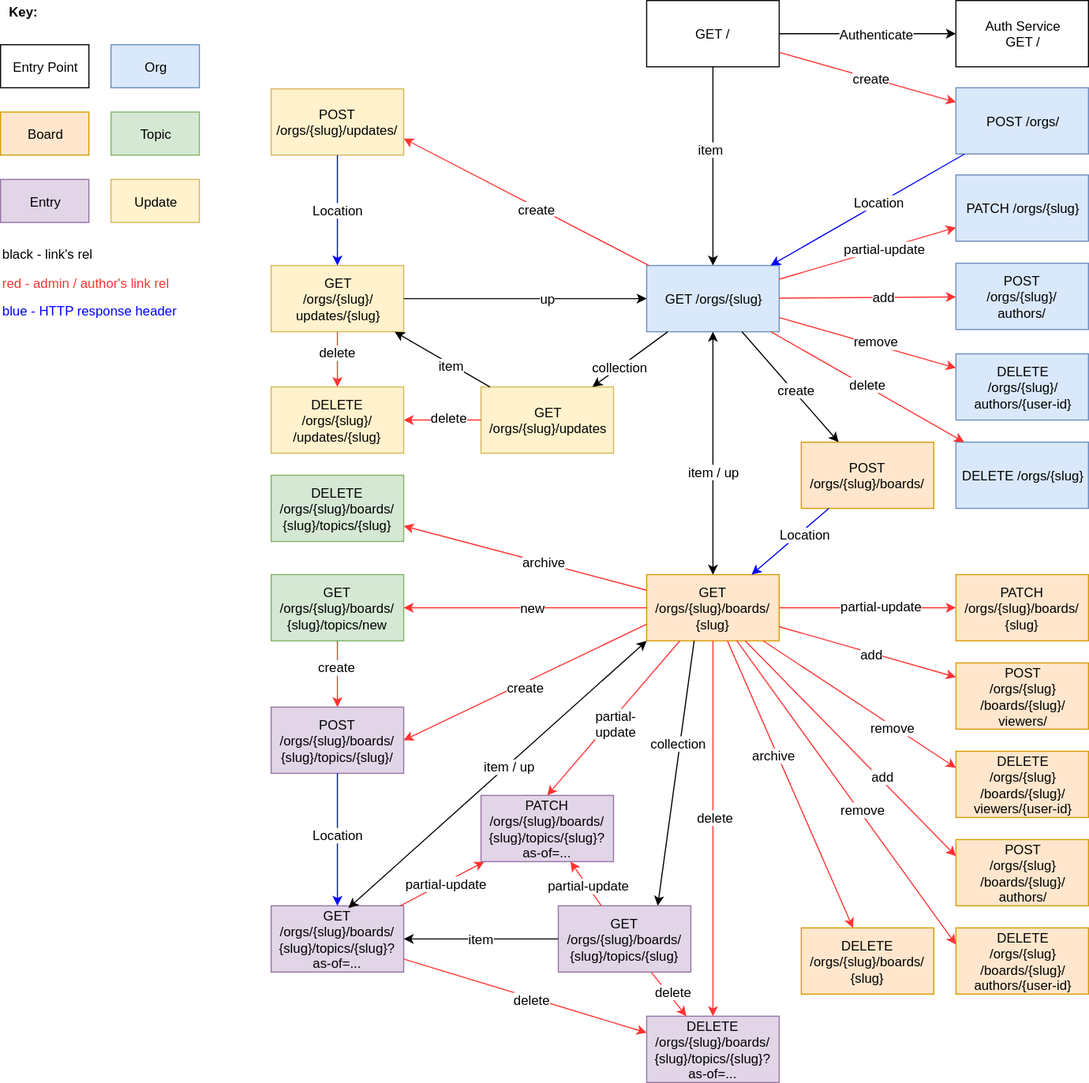
open-company/open-company-storage keeps this draw.io diagram as docs/OC-Storage-REST-API.svg. Above is the earlier version. Source tidied: cells renumbered, new cells last; positions are measured from the earlier drawing's top-left corner, leaving out a move shared by most shapes.
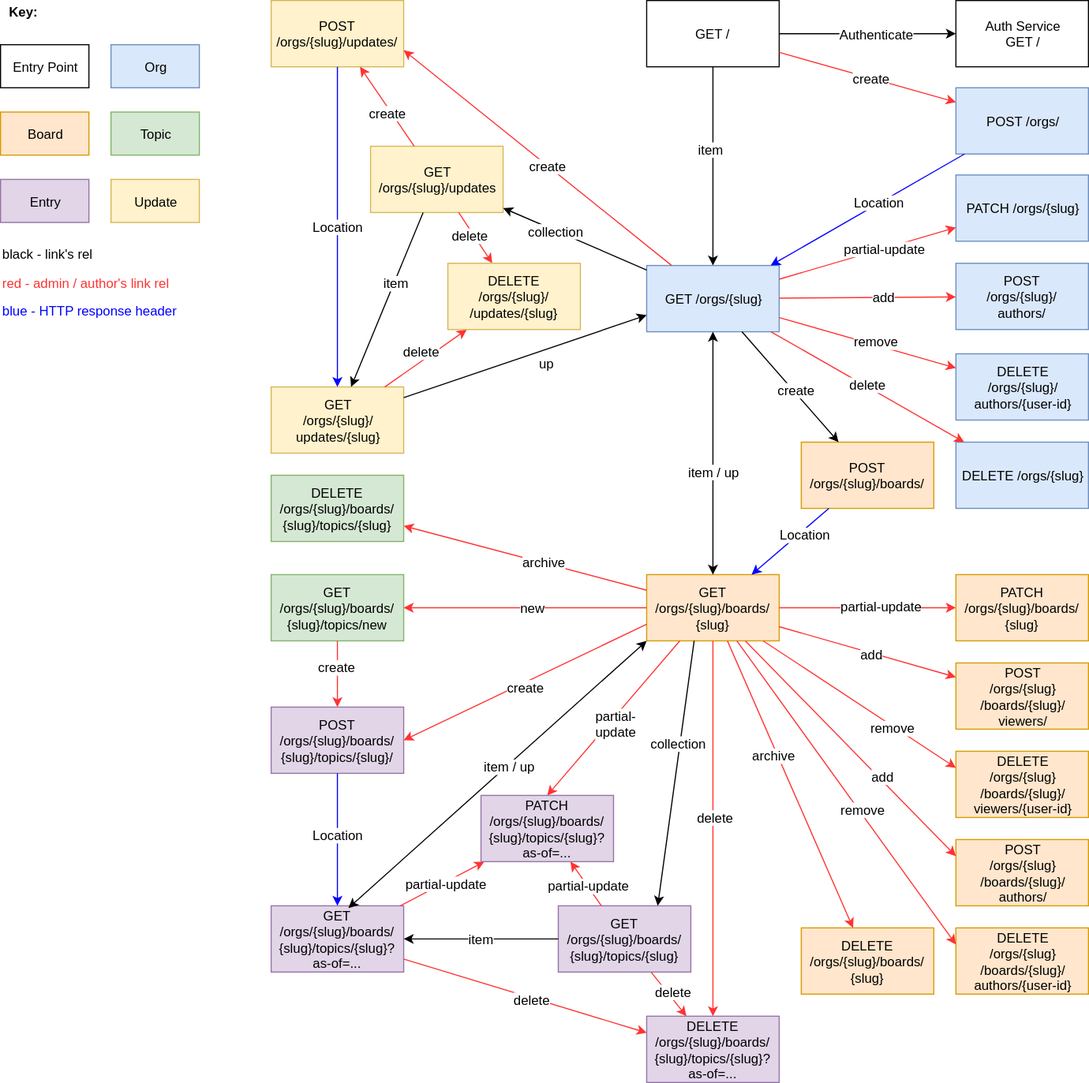
Above is the later version.

What changed in the source:
```diff
@@ -198,14 +198,11 @@
       </mxGeometry>
     </mxCell>
     <mxCell id="63" value="POST&lt;div&gt;/orgs/{slug}&lt;span&gt;/&lt;/span&gt;&lt;span&gt;updates/&lt;/span&gt;&lt;/div&gt;" style="whiteSpace=wrap;html=1;fontSize=12;fontColor=#000000;fillColor=#fff2cc;strokeColor=#d6b656;" parent="1" vertex="1">
-      <mxGeometry x="245" y="80" width="120" height="60" as="geometry" />
+      <mxGeometry x="245" width="120" height="60" as="geometry" />
     </mxCell>
     <mxCell id="64" value="&lt;span&gt;GET&lt;/span&gt;&lt;div&gt;/orgs/{slug}/&lt;/div&gt;&lt;div&gt;&lt;span&gt;updates/{slug}&lt;/span&gt;&lt;/div&gt;" style="whiteSpace=wrap;html=1;fontSize=12;fontColor=#000000;fillColor=#fff2cc;strokeColor=#d6b656;" parent="1" vertex="1">
-      <mxGeometry x="245" y="240" width="120" height="60" as="geometry" />
+      <mxGeometry x="245" y="350" width="120" height="60" as="geometry" />
     </mxCell>
-    <mxCell id="65" value="&lt;span&gt;DELETE&lt;/span&gt;&lt;div&gt;/orgs/{slug}/&lt;div&gt;/updates/{slug}&lt;/div&gt;&lt;/div&gt;" style="whiteSpace=wrap;html=1;fontSize=12;fontColor=#000000;fillColor=#fff2cc;strokeColor=#d6b656;" parent="1" vertex="1">
-      <mxGeometry x="245" y="350" width="120" height="60" as="geometry" />
-    </mxCell>
     <mxCell id="66" value="DELETE /orgs/{slug}/boards/&lt;div&gt;{slug}&lt;/div&gt;" style="whiteSpace=wrap;html=1;fontSize=12;fontColor=#000000;fillColor=#ffe6cc;strokeColor=#d79b00;" parent="1" vertex="1">
       <mxGeometry x="725" y="840" width="120" height="60" as="geometry" />
     </mxCell>
@@ -225,7 +222,7 @@
         <mxPoint x="6" y="2" as="offset" />
       </mxGeometry>
     </mxCell>
-    <mxCell id="71" style="endArrow=none;startArrow=classic;html=1;strokeColor=#000000;fontSize=12;fontColor=#000000;exitX=0;exitY=0.5;startFill=1;endFill=0;" parent="1" edge="1" source="13" target="64">
+    <mxCell id="71" style="endArrow=none;startArrow=classic;html=1;strokeColor=#000000;fontSize=12;fontColor=#000000;exitX=0;exitY=0.75;startFill=1;endFill=0;" parent="1" edge="1" source="13" target="64">
       <mxGeometry relative="1" as="geometry" />
     </mxCell>
     <mxCell id="72" value="up" style="text;html=1;align=center;verticalAlign=middle;labelBackgroundColor=#ffffff;fontSize=12;fontColor=#000000;" parent="71" vertex="1">
@@ -343,7 +340,7 @@
       <mxGeometry x="0.12" y="3" relative="1" as="geometry" />
     </mxCell>
     <mxCell id="106" value="GET&lt;div&gt;/orgs/{slug}/&lt;span&gt;updates&lt;/span&gt;&lt;/div&gt;" style="whiteSpace=wrap;html=1;fontSize=12;fontColor=#000000;fillColor=#fff2cc;strokeColor=#d6b656;" parent="1" vertex="1">
-      <mxGeometry x="435" y="350" width="120" height="60" as="geometry" />
+      <mxGeometry x="335" y="132" width="120" height="60" as="geometry" />
     </mxCell>
     <mxCell id="107" style="endArrow=classic;html=1;strokeColor=#000000;fontSize=12;fontColor=#000000;" parent="1" edge="1" source="13" target="106">
       <mxGeometry relative="1" as="geometry" />
@@ -351,17 +348,26 @@
     <mxCell id="108" value="collection" style="text;html=1;align=center;verticalAlign=middle;labelBackgroundColor=#ffffff;fontSize=12;fontColor=#000000;" parent="107" vertex="1">
       <mxGeometry x="0.27" relative="1" as="geometry" />
     </mxCell>
+    <mxCell id="111" style="endArrow=classic;html=1;strokeColor=#FF3333;fontSize=12;fontColor=#000000;" parent="1" edge="1" source="106" target="65">
+      <mxGeometry relative="1" as="geometry" />
+    </mxCell>
+    <mxCell id="112" value="delete" style="text;html=1;align=center;verticalAlign=middle;labelBackgroundColor=#ffffff;fontSize=12;fontColor=#000000;" parent="111" vertex="1">
+      <mxGeometry x="-0.17" y="-3" relative="1" as="geometry" />
+    </mxCell>
+    <mxCell id="65" value="&lt;span&gt;DELETE&lt;/span&gt;&lt;div&gt;/orgs/{slug}/&lt;div&gt;/updates/{slug}&lt;/div&gt;&lt;/div&gt;" style="whiteSpace=wrap;html=1;fontSize=12;fontColor=#000000;fillColor=#fff2cc;strokeColor=#d6b656;" parent="1" vertex="1">
+      <mxGeometry x="405" y="238" width="120" height="60" as="geometry" />
+    </mxCell>
     <mxCell id="109" style="endArrow=classic;html=1;strokeColor=#000000;fontSize=12;fontColor=#000000;" parent="1" edge="1" source="106" target="64">
       <mxGeometry relative="1" as="geometry" />
     </mxCell>
     <mxCell id="110" value="item" style="text;html=1;align=center;verticalAlign=middle;labelBackgroundColor=#ffffff;fontSize=12;fontColor=#000000;" parent="109" vertex="1">
       <mxGeometry x="-0.2" y="1" relative="1" as="geometry" />
     </mxCell>
-    <mxCell id="111" style="endArrow=classic;html=1;strokeColor=#FF3333;fontSize=12;fontColor=#000000;" parent="1" edge="1" source="106" target="65">
-      <mxGeometry relative="1" as="geometry" />
-    </mxCell>
-    <mxCell id="112" value="delete" style="text;html=1;align=center;verticalAlign=middle;labelBackgroundColor=#ffffff;fontSize=12;fontColor=#000000;" parent="111" vertex="1">
-      <mxGeometry x="-0.17" y="-3" relative="1" as="geometry" />
-    </mxCell>
+    <mxCell id="113" style="endArrow=classic;html=1;strokeColor=#FF3333;fontSize=12;fontColor=#000000;" parent="1" edge="1" source="106" target="63">
+      <mxGeometry relative="1" as="geometry" />
+    </mxCell>
+    <mxCell id="114" value="create" style="text;html=1;align=center;verticalAlign=middle;labelBackgroundColor=#ffffff;fontSize=12;fontColor=#000000;" parent="113" vertex="1">
+      <mxGeometry x="-0.09" y="3" relative="1" as="geometry" />
+    </mxCell>
   </root>
 </mxGraphModel>
```
